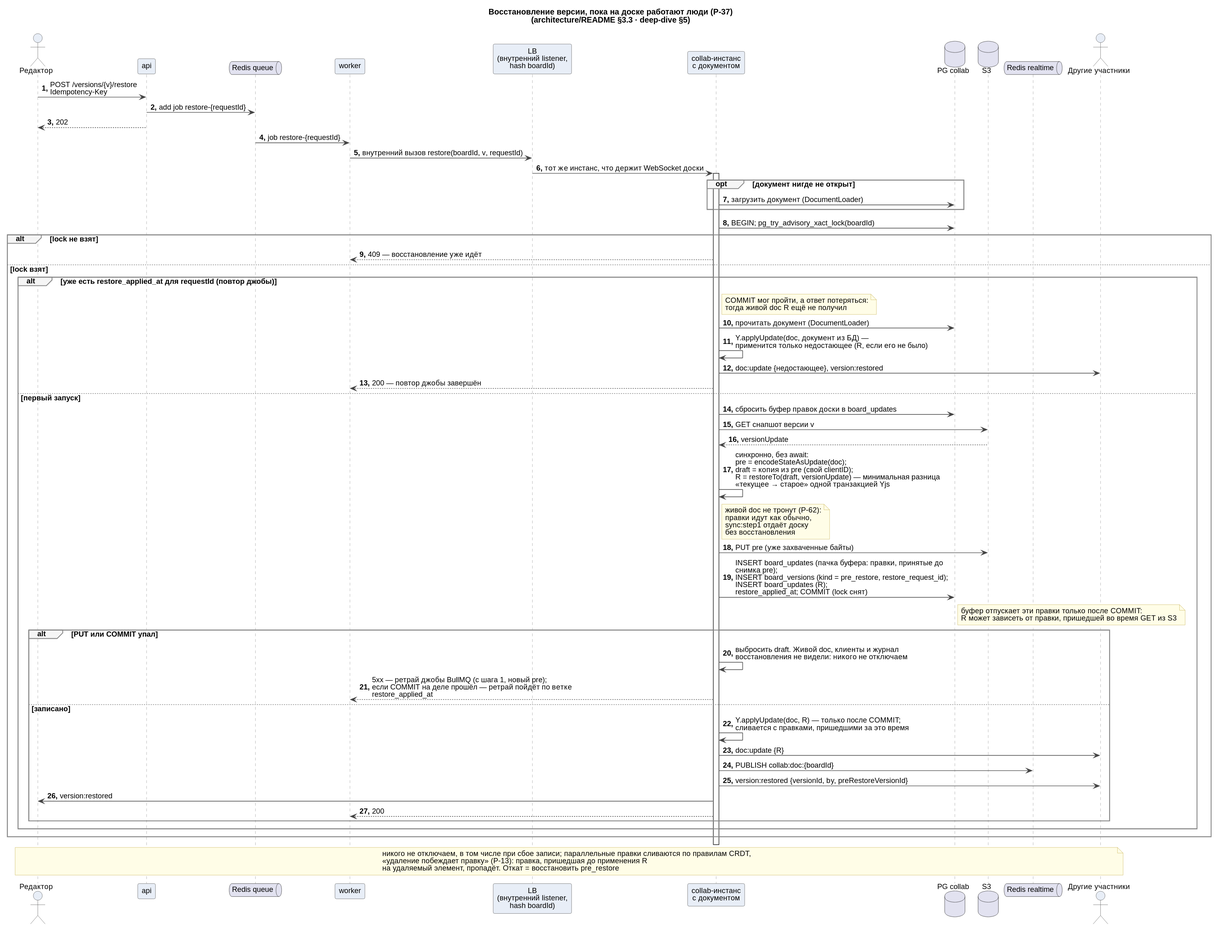
The PlantUML diagram docs/system-design/sequences/detailed/07-version-restore.svg in fanera-team/fanera, before a commit.
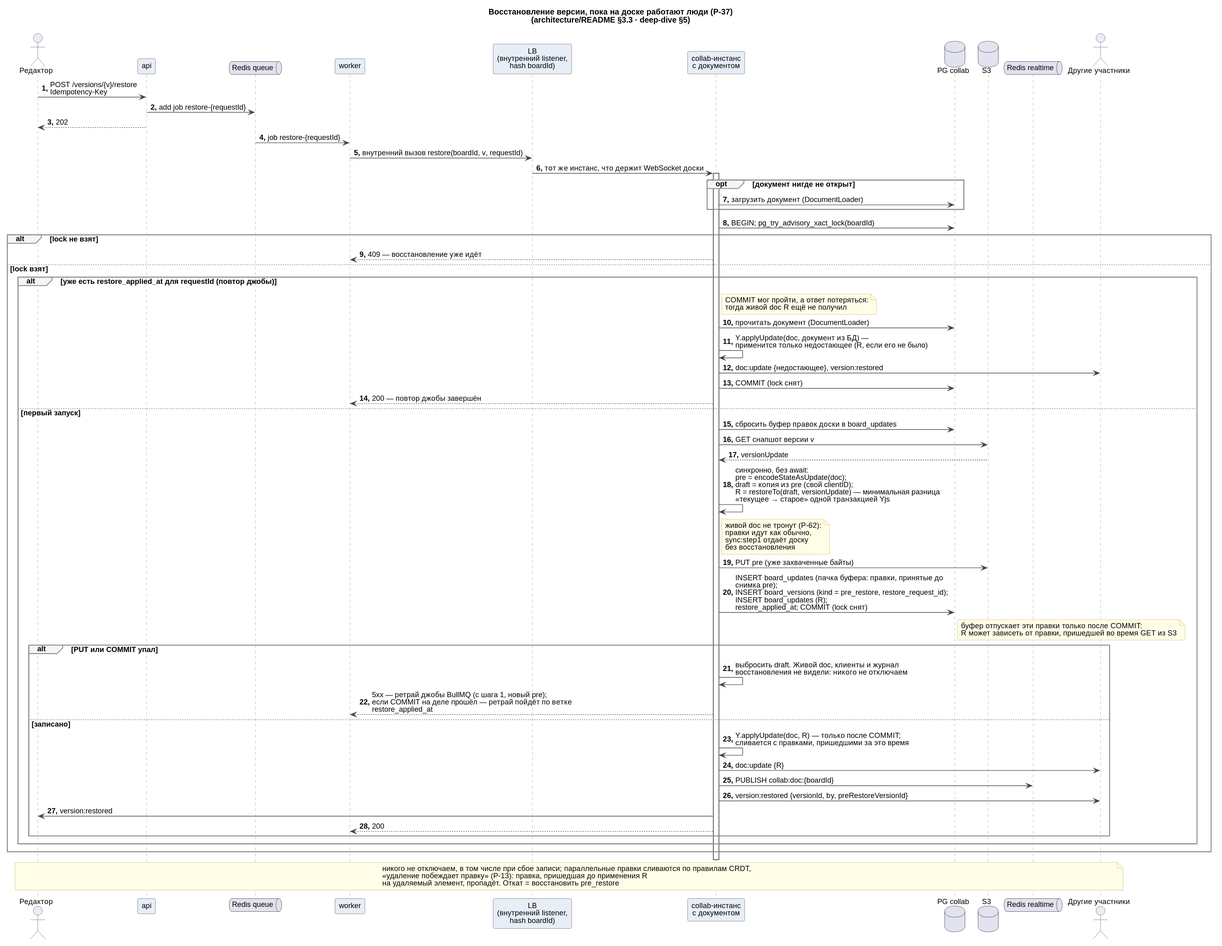
Later version of the same file.

The edit, as a diff of the source:
```diff
@@ -33,6 +33,7 @@
     COL -> PG : прочитать документ (DocumentLoader)
     COL -> COL : Y.applyUpdate(doc, документ из БД) —\nприменится только недостающее (R, если его не было)
     COL -> O : doc:update {недостающее}, version:restored
+    COL -> PG : COMMIT (lock снят)
     COL --> W : 200 — повтор джобы завершён
   else первый запуск
   COL -> PG : сбросить буфер правок доски в board_updates
```
